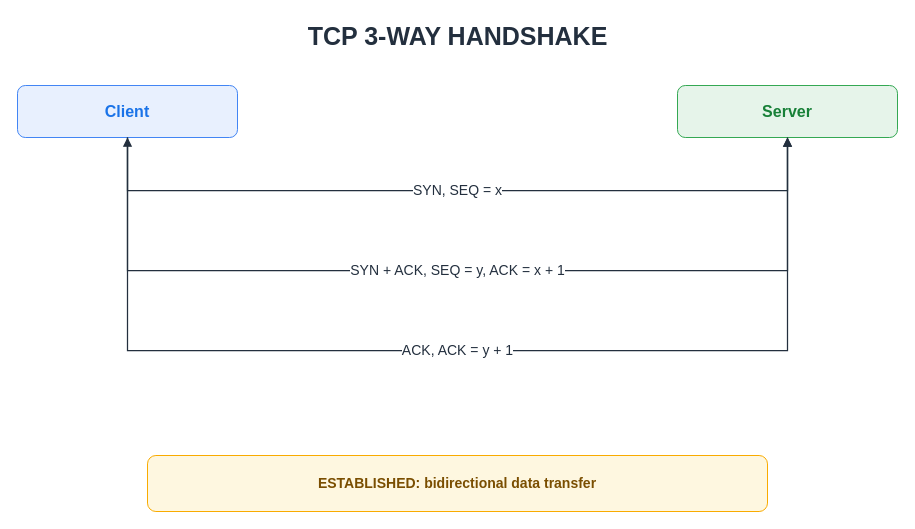
This is assets/img/network/tcp-3-way-handshake.drawio from KKamJi98/kkamji98.github.io, a draw.io file, before an edit. Source tidied: cells renumbered, new cells numbered last; positions are measured from the earlier drawing's top-left corner, leaving out a move shared by most shapes. Both pictures are drawn from the tidied source at 100%, with x=0, y=0 at pixel (17, 17).
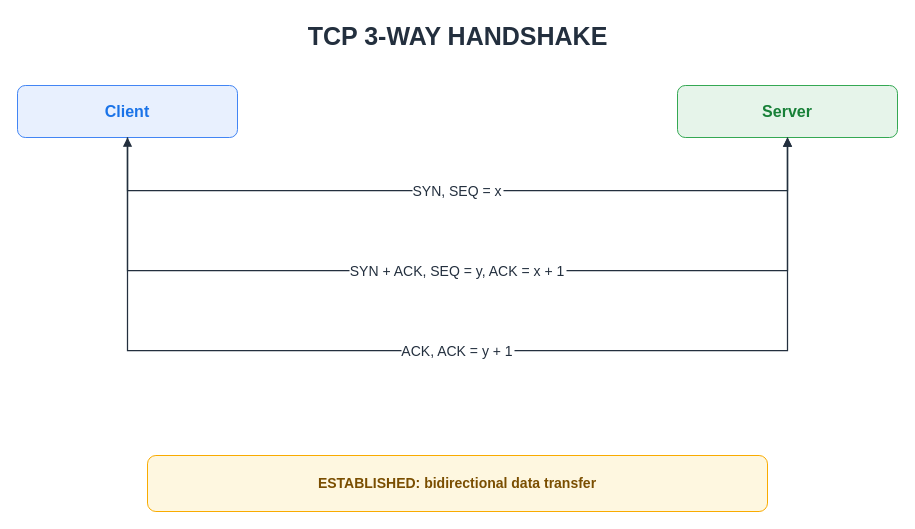
The same diagram, later.

Diff of the diagram source:
```diff
@@
 <mxGraphModel background="#FFFFFF">
   <root>
     <mxCell id="0" />
     <mxCell id="1" parent="0" />
     <mxCell id="2" value="TCP 3-WAY HANDSHAKE" style="text;html=1;strokeColor=none;fillColor=none;align=center;verticalAlign=middle;fontSize=25;fontStyle=1;fontColor=#232F3E;" parent="1" vertex="1">
       <mxGeometry x="90" width="700" height="36" as="geometry" />
     </mxCell>
     <mxCell id="3" value="Client" style="rounded=1;whiteSpace=wrap;html=1;fillColor=#E8F0FE;strokeColor=#4285F4;fontStyle=1;fontSize=16;fontColor=#1A73E8;shadow=0;" parent="1" vertex="1">
       <mxGeometry y="68" width="220" height="52" as="geometry" />
     </mxCell>
     <mxCell id="4" value="Server" style="rounded=1;whiteSpace=wrap;html=1;fillColor=#E6F4EA;strokeColor=#34A853;fontStyle=1;fontSize=16;fontColor=#188038;shadow=0;" parent="1" vertex="1">
       <mxGeometry x="660" y="68" width="220" height="52" as="geometry" />
     </mxCell>
     <mxCell id="5" style="shape=line;strokeColor=#5F6368;fontColor=#5F6368;dashed=1;dashPattern=4 4;strokeWidth=1;" parent="1" vertex="1">
       <mxGeometry x="110" y="120" height="280" as="geometry" />
     </mxCell>
     <mxCell id="6" style="shape=line;strokeColor=#5F6368;fontColor=#5F6368;dashed=1;dashPattern=4 4;strokeWidth=1;" parent="1" vertex="1">
       <mxGeometry x="770" y="120" height="280" as="geometry" />
     </mxCell>
-    <mxCell id="7" value="SYN, SEQ = x" style="edgeStyle=orthogonalEdgeStyle;rounded=0;html=1;endArrow=block;endFill=1;strokeWidth=1.25;strokeColor=#232F3E;fontColor=#232F3E;fontSize=14;labelBackgroundColor=#FFFFFF;exitX=0.5;exitY=1;entryX=0.5;entryY=1;" parent="1" edge="1" source="3" target="4">
+    <mxCell id="7" value="SYN, SEQ = x" style="edgeStyle=orthogonalEdgeStyle;rounded=0;html=0;endArrow=block;endFill=1;strokeWidth=1.25;strokeColor=#232F3E;fontColor=#232F3E;fontSize=14;labelBackgroundColor=#FFFFFF;exitX=0.5;exitY=1;entryX=0.5;entryY=1;" parent="1" edge="1" source="3" target="4">
       <mxGeometry relative="1" as="geometry">
         <Array as="points">
           <mxPoint x="110" y="173" />
           <mxPoint x="770" y="173" />
         </Array>
       </mxGeometry>
     </mxCell>
-    <mxCell id="8" value="SYN + ACK, SEQ = y, ACK = x + 1" style="edgeStyle=orthogonalEdgeStyle;rounded=0;html=1;endArrow=block;endFill=1;strokeWidth=1.25;strokeColor=#232F3E;fontColor=#232F3E;fontSize=14;labelBackgroundColor=#FFFFFF;exitX=0.5;exitY=1;entryX=0.5;entryY=1;" parent="1" edge="1" source="4" target="3">
+    <mxCell id="8" value="SYN + ACK, SEQ = y, ACK = x + 1" style="edgeStyle=orthogonalEdgeStyle;rounded=0;html=0;endArrow=block;endFill=1;strokeWidth=1.25;strokeColor=#232F3E;fontColor=#232F3E;fontSize=14;labelBackgroundColor=#FFFFFF;exitX=0.5;exitY=1;entryX=0.5;entryY=1;" parent="1" edge="1" source="4" target="3">
       <mxGeometry relative="1" as="geometry">
         <Array as="points">
           <mxPoint x="770" y="253" />
           <mxPoint x="110" y="253" />
         </Array>
       </mxGeometry>
     </mxCell>
-    <mxCell id="9" value="ACK, ACK = y + 1" style="edgeStyle=orthogonalEdgeStyle;rounded=0;html=1;endArrow=block;endFill=1;strokeWidth=1.25;strokeColor=#232F3E;fontColor=#232F3E;fontSize=14;labelBackgroundColor=#FFFFFF;exitX=0.5;exitY=1;entryX=0.5;entryY=1;" parent="1" edge="1" source="3" target="4">
+    <mxCell id="9" value="ACK, ACK = y + 1" style="edgeStyle=orthogonalEdgeStyle;rounded=0;html=0;endArrow=block;endFill=1;strokeWidth=1.25;strokeColor=#232F3E;fontColor=#232F3E;fontSize=14;labelBackgroundColor=#FFFFFF;exitX=0.5;exitY=1;entryX=0.5;entryY=1;" parent="1" edge="1" source="3" target="4">
       <mxGeometry relative="1" as="geometry">
         <Array as="points">
           <mxPoint x="110" y="333" />
           <mxPoint x="770" y="333" />
         </Array>
       </mxGeometry>
     </mxCell>
     <mxCell id="10" value="ESTABLISHED: bidirectional data transfer" style="rounded=1;whiteSpace=wrap;html=1;fillColor=#FEF7E0;strokeColor=#F9AB00;fontStyle=1;fontSize=14;fontColor=#7A4E00;shadow=0;" parent="1" vertex="1">
       <mxGeometry x="130" y="438" width="620" height="56" as="geometry" />
     </mxCell>
   </root>
 </mxGraphModel>
```
